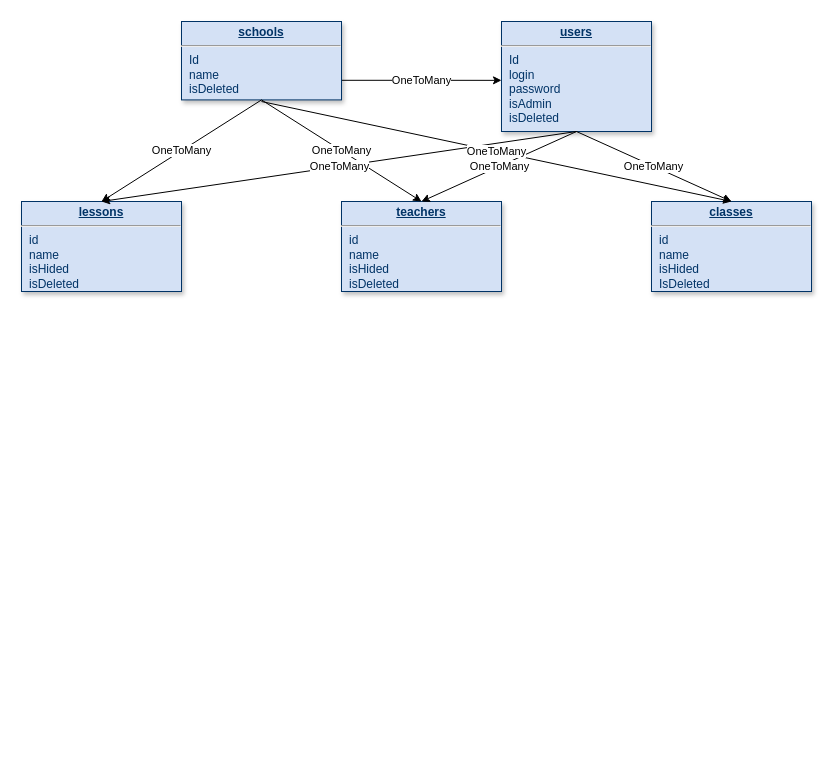
The draw.io diagram db_diagram.drawio in VladislavDieHard/schedule_express, before the edit. Source tidied: cells renumbered, new cells numbered last; positions are measured from the earlier drawing's top-left corner, leaving out a move shared by most shapes. Both pictures are drawn from the tidied source at 100%, with x=0, y=0 at pixel (21, 21).
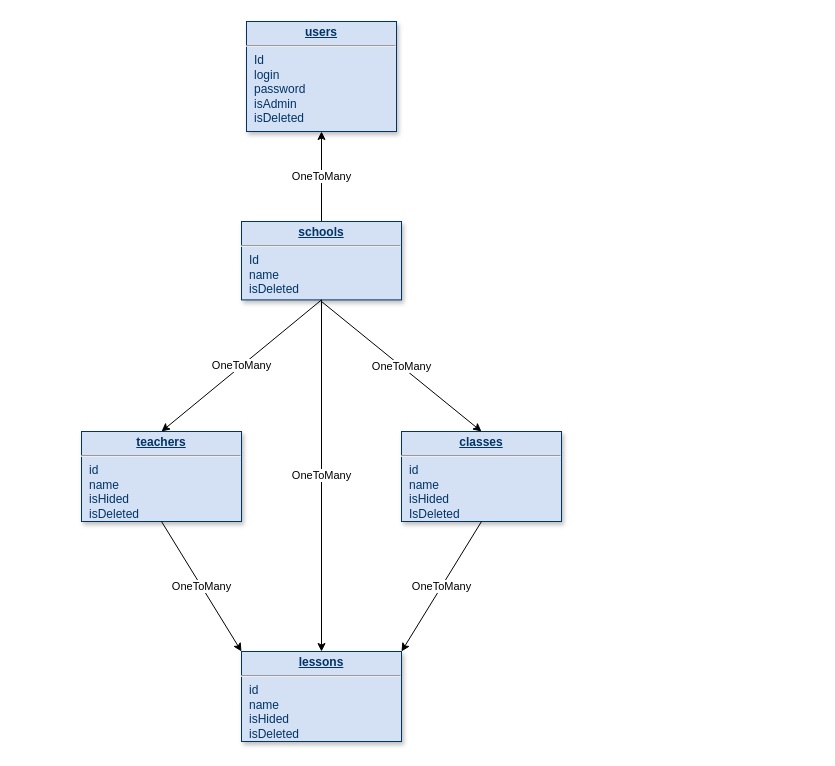
The same page after the edit.

What changed in the source:
```diff
@@
 <mxGraphModel>
   <root>
     <mxCell id="0" />
     <mxCell id="1" parent="0" />
     <mxCell id="2" value="&lt;p style=&quot;margin: 0px ; margin-top: 4px ; text-align: center ; text-decoration: underline&quot;&gt;&lt;strong&gt;users&lt;/strong&gt;&lt;/p&gt;&lt;hr&gt;&lt;p style=&quot;margin: 0px ; margin-left: 8px&quot;&gt;Id&lt;/p&gt;&lt;p style=&quot;margin: 0px ; margin-left: 8px&quot;&gt;login&lt;/p&gt;&lt;p style=&quot;margin: 0px ; margin-left: 8px&quot;&gt;password&lt;/p&gt;&lt;p style=&quot;margin: 0px ; margin-left: 8px&quot;&gt;isAdmin&lt;/p&gt;&lt;p style=&quot;margin: 0px ; margin-left: 8px&quot;&gt;isDeleted&lt;/p&gt;" style="verticalAlign=top;align=left;overflow=fill;fontSize=12;fontFamily=Helvetica;html=1;strokeColor=#003366;shadow=1;fillColor=#D4E1F5;fontColor=#003366;" parent="1" vertex="1">
-      <mxGeometry x="480" width="150" height="110" as="geometry" />
+      <mxGeometry x="225" width="150" height="110" as="geometry" />
     </mxCell>
     <mxCell id="3" value="&lt;p style=&quot;margin: 0px ; margin-top: 4px ; text-align: center ; text-decoration: underline&quot;&gt;&lt;b&gt;lessons&lt;/b&gt;&lt;/p&gt;&lt;hr&gt;&lt;p style=&quot;margin: 0px ; margin-left: 8px&quot;&gt;id&lt;/p&gt;&lt;p style=&quot;margin: 0px ; margin-left: 8px&quot;&gt;name&lt;/p&gt;&lt;p style=&quot;margin: 0px ; margin-left: 8px&quot;&gt;isHided&lt;/p&gt;&lt;p style=&quot;margin: 0px ; margin-left: 8px&quot;&gt;isDeleted&lt;/p&gt;" style="verticalAlign=top;align=left;overflow=fill;fontSize=12;fontFamily=Helvetica;html=1;strokeColor=#003366;shadow=1;fillColor=#D4E1F5;fontColor=#003366;" parent="1" vertex="1">
-      <mxGeometry y="180" width="160" height="90" as="geometry" />
+      <mxGeometry x="220" y="630" width="160" height="90" as="geometry" />
     </mxCell>
     <mxCell id="4" value="&lt;p style=&quot;margin: 0px ; margin-top: 4px ; text-align: center ; text-decoration: underline&quot;&gt;&lt;strong&gt;classes&lt;/strong&gt;&lt;/p&gt;&lt;hr&gt;&lt;p style=&quot;margin: 0px ; margin-left: 8px&quot;&gt;id&lt;/p&gt;&lt;p style=&quot;margin: 0px ; margin-left: 8px&quot;&gt;name&lt;/p&gt;&lt;p style=&quot;margin: 0px ; margin-left: 8px&quot;&gt;isHided&lt;/p&gt;&lt;p style=&quot;margin: 0px ; margin-left: 8px&quot;&gt;IsDeleted&lt;/p&gt;" style="verticalAlign=top;align=left;overflow=fill;fontSize=12;fontFamily=Helvetica;html=1;strokeColor=#003366;shadow=1;fillColor=#D4E1F5;fontColor=#003366;" parent="1" vertex="1">
-      <mxGeometry x="630" y="180" width="160" height="90" as="geometry" />
+      <mxGeometry x="380" y="410" width="160" height="90" as="geometry" />
     </mxCell>
     <mxCell id="5" value="&lt;p style=&quot;margin: 0px ; margin-top: 4px ; text-align: center ; text-decoration: underline&quot;&gt;&lt;b&gt;teachers&lt;/b&gt;&lt;/p&gt;&lt;hr&gt;&lt;p style=&quot;margin: 0px ; margin-left: 8px&quot;&gt;id&lt;/p&gt;&lt;p style=&quot;margin: 0px ; margin-left: 8px&quot;&gt;name&lt;/p&gt;&lt;p style=&quot;margin: 0px ; margin-left: 8px&quot;&gt;isHided&lt;/p&gt;&lt;p style=&quot;margin: 0px ; margin-left: 8px&quot;&gt;isDeleted&lt;/p&gt;" style="verticalAlign=top;align=left;overflow=fill;fontSize=12;fontFamily=Helvetica;html=1;strokeColor=#003366;shadow=1;fillColor=#D4E1F5;fontColor=#003366;" parent="1" vertex="1">
-      <mxGeometry x="320" y="180" width="160" height="90" as="geometry" />
+      <mxGeometry x="60" y="410" width="160" height="90" as="geometry" />
     </mxCell>
-    <mxCell id="6" value="OneToMany" style="edgeStyle=orthogonalEdgeStyle;rounded=0;jettySize=auto;html=1;exitX=1;exitY=0.75;exitDx=0;exitDy=0;entryX=0;entryY=0.535;entryDx=0;entryDy=0;entryPerimeter=0;" parent="1" edge="1" source="7" target="2">
+    <mxCell id="6" value="OneToMany" style="edgeStyle=orthogonalEdgeStyle;rounded=0;jettySize=auto;html=1;exitX=0.5;exitY=0;exitDx=0;exitDy=0;entryX=0.5;entryY=1;entryDx=0;entryDy=0;" parent="1" edge="1" source="7" target="2">
       <mxGeometry relative="1" as="geometry" />
     </mxCell>
     <mxCell id="7" value="&lt;p style=&quot;margin: 0px ; margin-top: 4px ; text-align: center ; text-decoration: underline&quot;&gt;&lt;b&gt;schools&lt;/b&gt;&lt;/p&gt;&lt;hr&gt;&lt;p style=&quot;margin: 0px ; margin-left: 8px&quot;&gt;Id&lt;/p&gt;&lt;p style=&quot;margin: 0px ; margin-left: 8px&quot;&gt;name&lt;/p&gt;&lt;p style=&quot;margin: 0px ; margin-left: 8px&quot;&gt;isDeleted&lt;/p&gt;&lt;p style=&quot;margin: 0px ; margin-left: 8px&quot;&gt;&lt;br&gt;&lt;/p&gt;" style="verticalAlign=top;align=left;overflow=fill;fontSize=12;fontFamily=Helvetica;html=1;strokeColor=#003366;shadow=1;fillColor=#D4E1F5;fontColor=#003366;" parent="1" vertex="1">
-      <mxGeometry x="160" width="160" height="78.4" as="geometry" />
+      <mxGeometry x="220" y="200" width="160" height="78.4" as="geometry" />
     </mxCell>
     <mxCell id="8" value="OneToMany" style="endArrow=classic;html=1;exitX=0.5;exitY=1;exitDx=0;exitDy=0;entryX=0.5;entryY=0;entryDx=0;entryDy=0;" parent="1" edge="1" source="7" target="3">
       <mxGeometry relative="1" as="geometry" />
     </mxCell>
     <mxCell id="9" value="OneToMany" style="endArrow=classic;html=1;exitX=0.5;exitY=1;exitDx=0;exitDy=0;entryX=0.5;entryY=0;entryDx=0;entryDy=0;" parent="1" edge="1" source="7" target="5">
       <mxGeometry relative="1" as="geometry" />
     </mxCell>
-    <mxCell id="10" value="OneToMany" style="endArrow=classic;html=1;exitX=0.5;exitY=1;exitDx=0;exitDy=0;" parent="1" edge="1" source="2">
-      <mxGeometry relative="1" as="geometry">
-        <mxPoint x="400" y="180" as="targetPoint" />
-      </mxGeometry>
-    </mxCell>
     <mxCell id="11" value="OneToMany" style="endArrow=classic;html=1;entryX=0.5;entryY=0;entryDx=0;entryDy=0;" parent="1" edge="1" target="4">
       <mxGeometry relative="1" as="geometry">
-        <mxPoint x="555" y="110" as="sourcePoint" />
+        <mxPoint x="300" y="280" as="sourcePoint" />
       </mxGeometry>
     </mxCell>
-    <mxCell id="12" value="OneToMany" style="endArrow=classic;html=1;exitX=0.5;exitY=1;exitDx=0;exitDy=0;" parent="1" edge="1" source="2">
-      <mxGeometry relative="1" as="geometry">
-        <mxPoint x="80" y="180" as="targetPoint" />
-      </mxGeometry>
-    </mxCell>
-    <mxCell id="13" value="OneToMany" style="endArrow=classic;html=1;" parent="1" edge="1">
-      <mxGeometry relative="1" as="geometry">
-        <mxPoint x="240" y="80" as="sourcePoint" />
-        <mxPoint x="710" y="180" as="targetPoint" />
-      </mxGeometry>
-    </mxCell>
+    <mxCell id="14" value="OneToMany" style="endArrow=classic;html=1;entryX=1;entryY=0;entryDx=0;entryDy=0;exitX=0.5;exitY=1;exitDx=0;exitDy=0;" parent="1" edge="1" source="4" target="3">
+      <mxGeometry relative="1" as="geometry" />
+    </mxCell>
+    <mxCell id="15" value="OneToMany" style="endArrow=classic;html=1;entryX=0;entryY=0;entryDx=0;entryDy=0;exitX=0.5;exitY=1;exitDx=0;exitDy=0;" parent="1" edge="1" source="5" target="3">
+      <mxGeometry relative="1" as="geometry" />
+    </mxCell>
   </root>
 </mxGraphModel>
```
